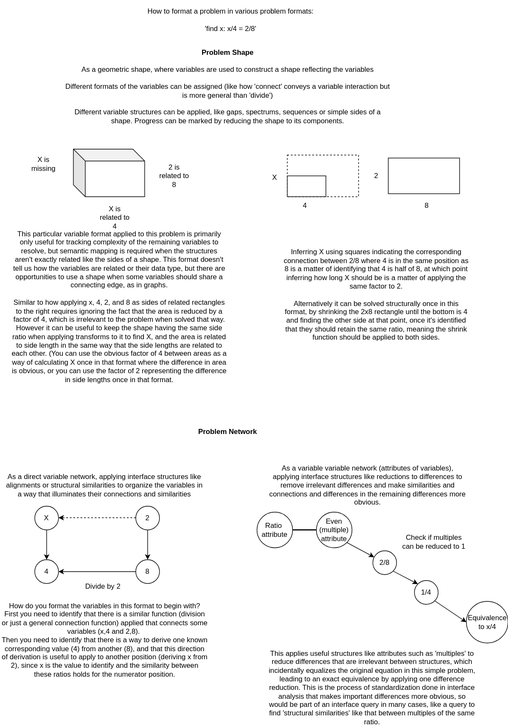
Earlier version of the draw.io export docs/objects/Problem Formats.svg (outdreamer/build-a-cure). Source tidied: cells renumbered, new cells last; positions are measured from the earlier drawing's top-left corner, leaving out a move shared by most shapes.
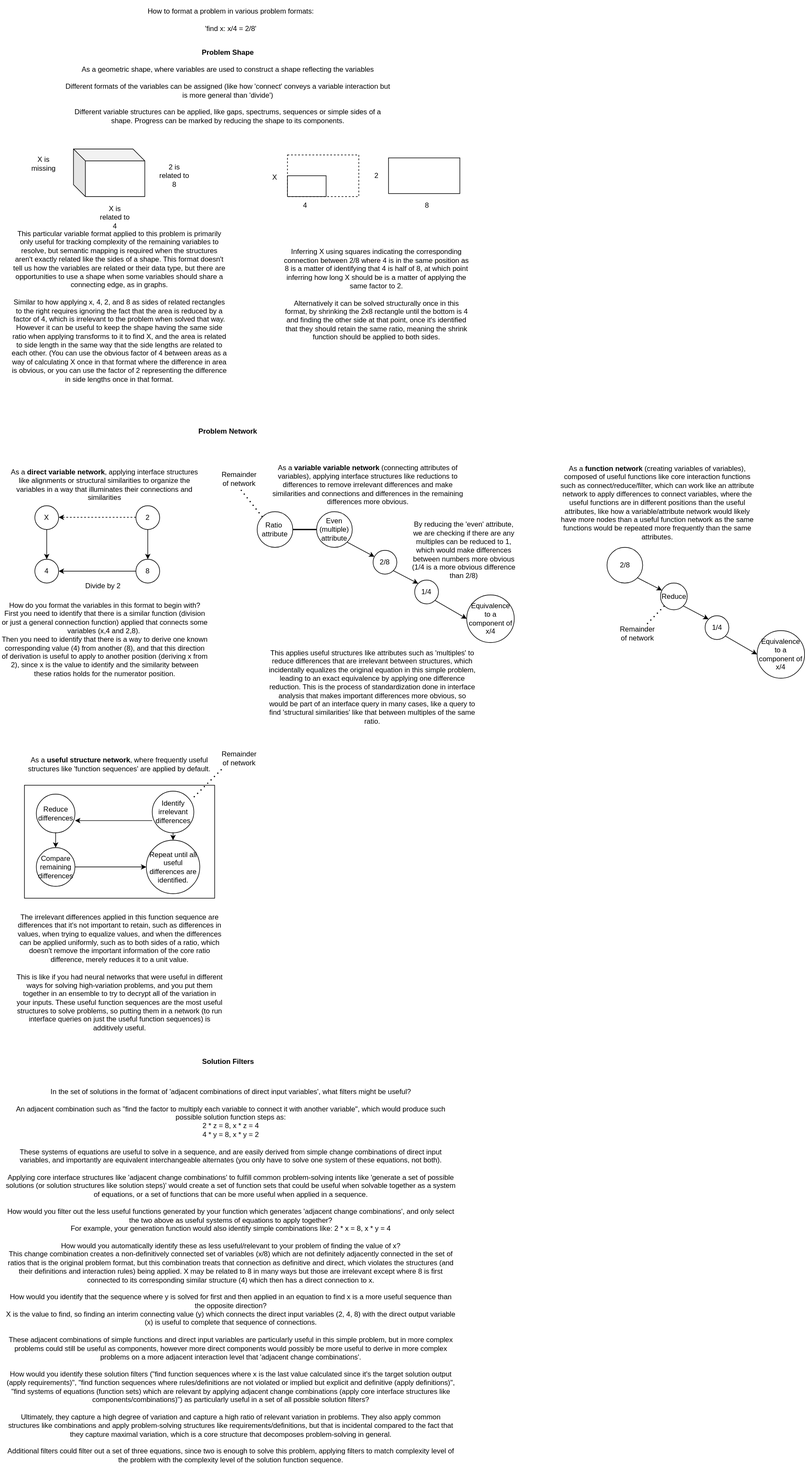
Above is the later version.

Diff of the diagram source:
```diff
@@ -2,6 +2,9 @@
   <root>
     <mxCell id="0" />
     <mxCell id="1" parent="0" />
+    <mxCell id="41" style="rounded=0;whiteSpace=wrap;html=1;" parent="1" vertex="1">
+      <mxGeometry x="40.5" y="1320" width="320" height="190" as="geometry" />
+    </mxCell>
     <mxCell id="2" style="rounded=0;whiteSpace=wrap;html=1;dashed=1;" parent="1" vertex="1">
       <mxGeometry x="483" y="260" width="120" height="70" as="geometry" />
     </mxCell>
@@ -44,7 +47,7 @@
     <mxCell id="15" style="endArrow=classic;html=1;rounded=0;entryX=0.5;entryY=0;entryDx=0;entryDy=0;exitX=0.5;exitY=1;exitDx=0;exitDy=0;" parent="1" edge="1" source="13" target="11">
       <mxGeometry relative="1" as="geometry" />
     </mxCell>
-    <mxCell id="16" value="As a direct variable network, applying interface structures like alignments or structural similarities to organize the variables in a way that illuminates their connections and similarities" style="text;html=1;strokeColor=none;fillColor=none;align=center;verticalAlign=middle;whiteSpace=wrap;rounded=0;" parent="1" vertex="1">
+    <mxCell id="16" value="As a &lt;b&gt;direct variable network&lt;/b&gt;, applying interface structures like alignments or structural similarities to organize the variables in a way that illuminates their connections and similarities" style="text;html=1;strokeColor=none;fillColor=none;align=center;verticalAlign=middle;whiteSpace=wrap;rounded=0;" parent="1" vertex="1">
       <mxGeometry x="8" y="800" width="335" height="30" as="geometry" />
     </mxCell>
     <mxCell id="17" value="&lt;b&gt;Problem Network&lt;/b&gt;" style="text;html=1;strokeColor=none;fillColor=none;align=center;verticalAlign=middle;whiteSpace=wrap;rounded=0;" parent="1" vertex="1">
@@ -89,8 +92,8 @@
     <mxCell id="29" value="1/4" style="ellipse;whiteSpace=wrap;html=1;" parent="1" vertex="1">
       <mxGeometry x="697" y="975" width="40" height="40" as="geometry" />
     </mxCell>
-    <mxCell id="30" value="Equivalence to x/4" style="ellipse;whiteSpace=wrap;html=1;" parent="1" vertex="1">
-      <mxGeometry x="784.5" y="1010" width="70" height="70" as="geometry" />
+    <mxCell id="30" value="Equivalence to a component of x/4" style="ellipse;whiteSpace=wrap;html=1;" parent="1" vertex="1">
+      <mxGeometry x="784.5" y="1000" width="80" height="80" as="geometry" />
     </mxCell>
     <mxCell id="31" value="2/8" style="ellipse;whiteSpace=wrap;html=1;" parent="1" vertex="1">
       <mxGeometry x="627" y="925" width="40" height="40" as="geometry" />
@@ -101,14 +104,14 @@
     <mxCell id="33" style="endArrow=classic;html=1;rounded=0;entryX=0;entryY=0;entryDx=0;entryDy=0;exitX=1;exitY=1;exitDx=0;exitDy=0;" parent="1" edge="1" source="31" target="29">
       <mxGeometry relative="1" as="geometry" />
     </mxCell>
-    <mxCell id="34" value="As a variable variable network (attributes of variables), applying interface structures like reductions to differences to remove irrelevant differences and make similarities and connections and differences in the remaining differences more obvious." style="text;html=1;strokeColor=none;fillColor=none;align=center;verticalAlign=middle;whiteSpace=wrap;rounded=0;" parent="1" vertex="1">
+    <mxCell id="34" value="As a &lt;b&gt;variable variable network&lt;/b&gt; (connecting attributes of variables), applying interface structures like reductions to differences to remove irrelevant differences and make similarities and connections and differences in the remaining differences more obvious." style="text;html=1;strokeColor=none;fillColor=none;align=center;verticalAlign=middle;whiteSpace=wrap;rounded=0;" parent="1" vertex="1">
       <mxGeometry x="450.5" y="800" width="335" height="30" as="geometry" />
     </mxCell>
     <mxCell id="35" style="endArrow=classic;html=1;rounded=0;entryX=0;entryY=0.5;entryDx=0;entryDy=0;exitX=1;exitY=1;exitDx=0;exitDy=0;" parent="1" edge="1" source="29" target="30">
       <mxGeometry relative="1" as="geometry" />
     </mxCell>
-    <mxCell id="36" value="Check if multiples can be reduced to 1" style="text;html=1;strokeColor=none;fillColor=none;align=center;verticalAlign=middle;whiteSpace=wrap;rounded=0;dashed=1;" parent="1" vertex="1">
-      <mxGeometry x="674.5" y="895" width="110" height="30" as="geometry" />
+    <mxCell id="36" value="By reducing the 'even' attribute, we are checking if there are any multiples can be reduced to 1, which would make differences between numbers more obvious (1/4 is a more obvious difference than 2/8)" style="text;html=1;strokeColor=none;fillColor=none;align=center;verticalAlign=middle;whiteSpace=wrap;rounded=0;dashed=1;" parent="1" vertex="1">
+      <mxGeometry x="688" y="910" width="183.5" height="30" as="geometry" />
     </mxCell>
     <mxCell id="37" value="This applies useful structures like attributes such as 'multiples' to reduce differences that are irrelevant between structures, which incidentally equalizes the original equation in this simple problem, leading to an exact equivalence by applying one difference reduction. This is the process of standardization done in interface analysis that makes important differences more obvious, so would be part of an interface query in many cases, like a query to find 'structural similarities' like that between multiples of the same ratio." style="text;html=1;strokeColor=none;fillColor=none;align=center;verticalAlign=middle;whiteSpace=wrap;rounded=0;" parent="1" vertex="1">
       <mxGeometry x="450.5" y="1140" width="350" height="30" as="geometry" />
@@ -124,5 +127,89 @@
     <mxCell id="40" value="Ratio&amp;nbsp;&lt;br&gt;attribute" style="ellipse;whiteSpace=wrap;html=1;" parent="1" vertex="1">
       <mxGeometry x="432" y="860" width="60" height="60" as="geometry" />
     </mxCell>
+    <mxCell id="42" value="1/4" style="ellipse;whiteSpace=wrap;html=1;" parent="1" vertex="1">
+      <mxGeometry x="1185.5" y="1035" width="40" height="40" as="geometry" />
+    </mxCell>
+    <mxCell id="43" value="Equivalence to a component of x/4" style="ellipse;whiteSpace=wrap;html=1;" parent="1" vertex="1">
+      <mxGeometry x="1273" y="1060" width="80" height="80" as="geometry" />
+    </mxCell>
+    <mxCell id="44" value="Reduce" style="ellipse;whiteSpace=wrap;html=1;" parent="1" vertex="1">
+      <mxGeometry x="1110.5" y="980" width="45" height="45" as="geometry" />
+    </mxCell>
+    <mxCell id="45" value="2/8" style="ellipse;whiteSpace=wrap;html=1;" parent="1" vertex="1">
+      <mxGeometry x="1020.5" y="920" width="60" height="60" as="geometry" />
+    </mxCell>
+    <mxCell id="46" style="endArrow=classic;html=1;rounded=0;entryX=0;entryY=0;entryDx=0;entryDy=0;exitX=1;exitY=1;exitDx=0;exitDy=0;" parent="1" edge="1" source="44" target="42">
+      <mxGeometry relative="1" as="geometry" />
+    </mxCell>
+    <mxCell id="47" value="As a&lt;b&gt; function network&lt;/b&gt; (creating variables of variables), composed of useful functions like core interaction functions such as connect/reduce/filter, which can work like an attribute network to apply differences to connect variables, where the useful functions are in different positions than the useful attributes, like how a variable/attribute network would likely have more nodes than a useful function network as the same functions would be repeated more frequently than the same attributes." style="text;html=1;strokeColor=none;fillColor=none;align=center;verticalAlign=middle;whiteSpace=wrap;rounded=0;" parent="1" vertex="1">
+      <mxGeometry x="938" y="830" width="335" height="30" as="geometry" />
+    </mxCell>
+    <mxCell id="48" style="endArrow=classic;html=1;rounded=0;entryX=0;entryY=0.5;entryDx=0;entryDy=0;exitX=1;exitY=1;exitDx=0;exitDy=0;" parent="1" edge="1" source="42" target="43">
+      <mxGeometry relative="1" as="geometry" />
+    </mxCell>
+    <mxCell id="49" style="endArrow=classic;html=1;rounded=0;exitX=1;exitY=1;exitDx=0;exitDy=0;" parent="1" edge="1" source="45" target="44">
+      <mxGeometry relative="1" as="geometry" />
+    </mxCell>
+    <mxCell id="50" value="Compare remaining differences" style="ellipse;whiteSpace=wrap;html=1;" parent="1" vertex="1">
+      <mxGeometry x="60.5" y="1425" width="65" height="65" as="geometry" />
+    </mxCell>
+    <mxCell id="51" value="Repeat until all useful differences are identified." style="ellipse;whiteSpace=wrap;html=1;" parent="1" vertex="1">
+      <mxGeometry x="245.5" y="1412.5" width="90" height="90" as="geometry" />
+    </mxCell>
+    <mxCell id="52" value="Reduce differences" style="ellipse;whiteSpace=wrap;html=1;" parent="1" vertex="1">
+      <mxGeometry x="60.5" y="1335" width="65" height="65" as="geometry" />
+    </mxCell>
+    <mxCell id="53" value="Identify irrelevant differences" style="ellipse;whiteSpace=wrap;html=1;" parent="1" vertex="1">
+      <mxGeometry x="255.5" y="1330" width="70" height="70" as="geometry" />
+    </mxCell>
+    <mxCell id="54" style="endArrow=classic;html=1;rounded=0;entryX=0.5;entryY=0;entryDx=0;entryDy=0;exitX=0.5;exitY=1;exitDx=0;exitDy=0;" parent="1" edge="1" source="52" target="50">
+      <mxGeometry relative="1" as="geometry" />
+    </mxCell>
+    <mxCell id="55" style="endArrow=classic;html=1;rounded=0;entryX=0.5;entryY=0;entryDx=0;entryDy=0;exitX=0.5;exitY=1;exitDx=0;exitDy=0;" parent="1" edge="1" source="53" target="51">
+      <mxGeometry relative="1" as="geometry" />
+    </mxCell>
+    <mxCell id="56" value="As a &lt;b&gt;useful structure network&lt;/b&gt;, where frequently useful structures like 'function sequences' are applied by default." style="text;html=1;strokeColor=none;fillColor=none;align=center;verticalAlign=middle;whiteSpace=wrap;rounded=0;" parent="1" vertex="1">
+      <mxGeometry x="33" y="1270" width="335" height="30" as="geometry" />
+    </mxCell>
+    <mxCell id="57" value="The irrelevant differences applied in this function sequence are differences that it's not important to retain, such as differences in values, when trying to equalize values, and when the differences can be applied uniformly, such as to both sides of a ratio, which doesn't remove the important information of the core ratio difference, merely reduces it to a unit value.&lt;br&gt;&lt;br&gt;This is like if you had neural networks that were useful in different ways for solving high-variation problems, and you put them together in an ensemble to try to decrypt all of the variation in your inputs. These useful function sequences are the most useful structures to solve problems, so putting them in a network (to run interface queries on just the useful function sequences) is additively useful." style="text;html=1;strokeColor=none;fillColor=none;align=center;verticalAlign=middle;whiteSpace=wrap;rounded=0;" parent="1" vertex="1">
+      <mxGeometry x="25.5" y="1620" width="350" height="30" as="geometry" />
+    </mxCell>
+    <mxCell id="58" style="endArrow=classic;html=1;rounded=0;entryX=1;entryY=0.5;entryDx=0;entryDy=0;exitX=0;exitY=0.5;exitDx=0;exitDy=0;" parent="1" edge="1">
+      <mxGeometry relative="1" as="geometry">
+        <mxPoint x="255.5" y="1379.5" as="sourcePoint" />
+        <mxPoint x="125.5" y="1379.5" as="targetPoint" />
+      </mxGeometry>
+    </mxCell>
+    <mxCell id="59" style="endArrow=classic;html=1;rounded=0;entryX=0;entryY=0.5;entryDx=0;entryDy=0;exitX=1;exitY=0.5;exitDx=0;exitDy=0;" parent="1" edge="1" source="50" target="51">
+      <mxGeometry relative="1" as="geometry" />
+    </mxCell>
+    <mxCell id="60" style="endArrow=none;dashed=1;html=1;dashPattern=1 3;strokeWidth=2;rounded=0;" parent="1" edge="1">
+      <mxGeometry relative="1" as="geometry">
+        <mxPoint x="325.5" y="1340" as="sourcePoint" />
+        <mxPoint x="375.5" y="1290" as="targetPoint" />
+      </mxGeometry>
+    </mxCell>
+    <mxCell id="61" value="Remainder of network" style="text;html=1;strokeColor=none;fillColor=none;align=center;verticalAlign=middle;whiteSpace=wrap;rounded=0;dashed=1;" parent="1" vertex="1">
+      <mxGeometry x="372" y="1260" width="60" height="30" as="geometry" />
+    </mxCell>
+    <mxCell id="62" style="endArrow=none;dashed=1;html=1;dashPattern=1 3;strokeWidth=2;rounded=0;exitX=0;exitY=0;exitDx=0;exitDy=0;entryX=0.5;entryY=1;entryDx=0;entryDy=0;" parent="1" edge="1" source="40" target="63">
+      <mxGeometry relative="1" as="geometry" />
+    </mxCell>
+    <mxCell id="63" value="Remainder of network" style="text;html=1;strokeColor=none;fillColor=none;align=center;verticalAlign=middle;whiteSpace=wrap;rounded=0;dashed=1;" parent="1" vertex="1">
+      <mxGeometry x="372" y="790" width="60" height="30" as="geometry" />
+    </mxCell>
+    <mxCell id="64" style="endArrow=none;dashed=1;html=1;dashPattern=1 3;strokeWidth=2;rounded=0;exitX=0;exitY=1;exitDx=0;exitDy=0;entryX=0.75;entryY=0;entryDx=0;entryDy=0;" parent="1" edge="1" source="44" target="65">
+      <mxGeometry relative="1" as="geometry" />
+    </mxCell>
+    <mxCell id="65" value="Remainder of network" style="text;html=1;strokeColor=none;fillColor=none;align=center;verticalAlign=middle;whiteSpace=wrap;rounded=0;dashed=1;" parent="1" vertex="1">
+      <mxGeometry x="1041.7" y="1050" width="60" height="30" as="geometry" />
+    </mxCell>
+    <mxCell id="66" value="&lt;b&gt;Solution Filters&lt;/b&gt;" style="text;html=1;strokeColor=none;fillColor=none;align=center;verticalAlign=middle;whiteSpace=wrap;rounded=0;" parent="1" vertex="1">
+      <mxGeometry x="335.5" y="1770" width="95" height="30" as="geometry" />
+    </mxCell>
+    <mxCell id="67" value="In the set of solutions in the format of 'adjacent combinations of direct input variables', what filters might be useful?&lt;br&gt;&lt;br&gt;An adjacent combination such as &quot;find the factor to multiply each variable to connect it with another variable&quot;, which would produce such possible solution function steps as:&lt;br&gt;2 * z = 8, x * z = 4&lt;br&gt;4 * y = 8, x * y = 2&lt;br&gt;&lt;br&gt;These systems of equations are useful to solve in a sequence, and are easily derived from simple change combinations of direct input variables, and importantly are equivalent interchangeable alternates (you only have to solve one system of these equations, not both).&lt;br&gt;&lt;br&gt;Applying core interface structures like 'adjacent change combinations' to fulfill common problem-solving intents like 'generate a set of possible solutions (or solution structures like solution steps)' would create a set of function sets that could be useful when solvable together as a system of equations, or a set of functions that can be more useful when applied in a sequence.&lt;br&gt;&lt;br&gt;How would you filter out the less useful functions generated by your function which generates 'adjacent change combinations', and only select the two above as useful systems of equations to apply together?&lt;br&gt;For example, your generation function would also identify simple combinations like: 2 * x = 8, x * y = 4&lt;br&gt;&lt;br&gt;How would you automatically identify these as less useful/relevant to your problem of finding the value of x?&lt;br&gt;This change combination creates a non-definitively connected set of variables (x/8) which are not definitely adjacently connected in the set of ratios that is the original problem format, but this combination treats that connection as definitive and direct, which violates the structures (and their definitions and interaction rules) being applied. X may be related to 8 in many ways but those are irrelevant except where 8 is first connected to its corresponding similar structure (4) which then has a direct connection to x.&lt;br&gt;&lt;br&gt;How would you identify that the sequence where y is solved for first and then applied in an equation to find x is a more useful sequence than the opposite direction?&lt;br&gt;X is the value to find, so finding an interim connecting value (y) which connects the direct input variables (2, 4, 8) with the direct output variable (x) is useful to complete that sequence of connections.&lt;br&gt;&lt;br&gt;These adjacent combinations of simple functions and direct input variables are particularly useful in this simple problem, but in more complex problems could still be useful as components, however more direct components would possibly be more useful to derive in more complex problems on a more adjacent interaction level that 'adjacent change combinations'.&lt;br&gt;&lt;br&gt;How would you identify these solution filters (&quot;find function sequences where x is the last value calculated since it's the target solution output (apply requirements)&quot;, &quot;find function sequences where rules/definitions are not violated or implied but explicit and definitive (apply definitions)&quot;, &quot;find systems of equations (function sets) which are relevant by applying adjacent change combinations (apply core interface structures like components/combinations)&quot;) as particularly useful in a set of all possible solution filters?&lt;br&gt;&lt;br&gt;Ultimately, they capture a high degree of variation and capture a high ratio of relevant variation in problems. They also apply common structures like combinations and apply problem-solving structures like requirements/definitions, but that is incidental compared to the fact that they capture maximal variation, which is a core structure that decomposes problem-solving in general.&lt;br&gt;&lt;br&gt;Additional filters could filter out a set of three equations, since two is enough to solve this problem, applying filters to match complexity level of the problem with the complexity level of the solution function sequence." style="text;html=1;strokeColor=none;fillColor=none;align=center;verticalAlign=middle;whiteSpace=wrap;rounded=0;" parent="1" vertex="1">
+      <mxGeometry x="8" y="2130" width="760" height="30" as="geometry" />
+    </mxCell>
   </root>
 </mxGraphModel>
```
